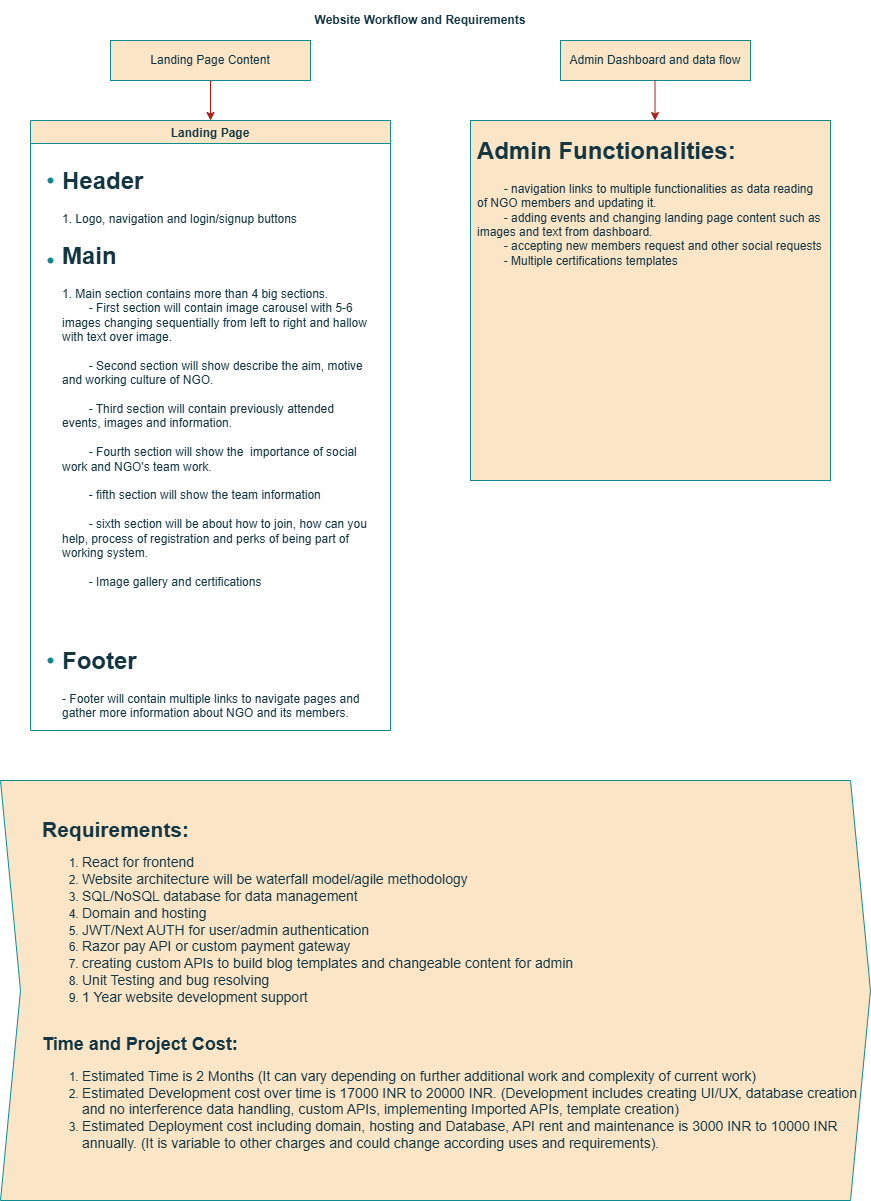
Above: JavaScript/ngo-flowchart.drawio.png in PratikChavan97/All-Projects (draw.io), before the change. Source tidied: cells renumbered, new cells last; positions are measured from the earlier drawing's top-left corner, leaving out a move shared by most shapes.
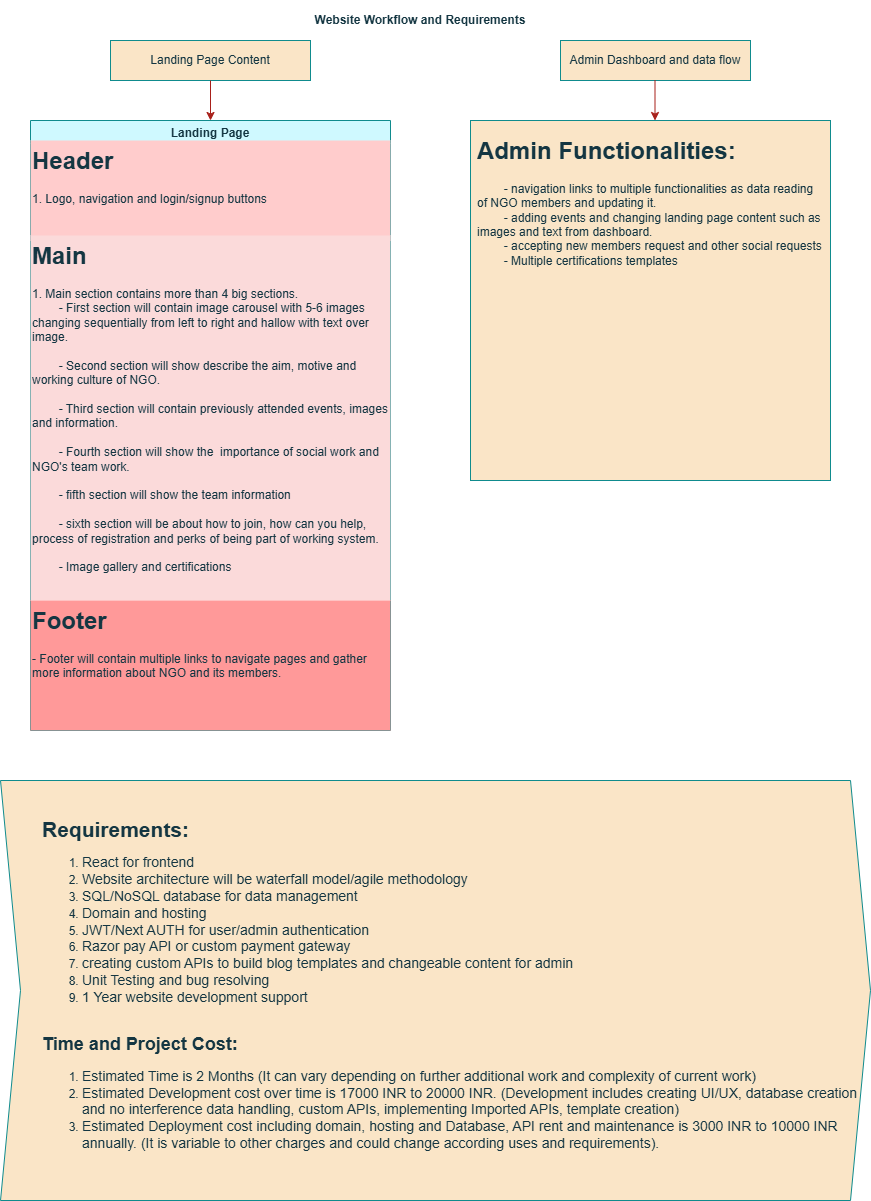
Above is the later version.

Change to the diagram source:
```diff
@@ -11,26 +11,26 @@
     <mxCell id="4" value="Admin Dashboard and data flow" style="rounded=0;whiteSpace=wrap;html=1;labelBackgroundColor=none;fillColor=#FAE5C7;strokeColor=#0F8B8D;fontColor=#143642;" parent="1" vertex="1">
       <mxGeometry x="560" y="40" width="190" height="40" as="geometry" />
     </mxCell>
-    <mxCell id="5" value="Landing Page" style="swimlane;labelBackgroundColor=none;fillColor=#FAE5C7;strokeColor=#0F8B8D;fontColor=#143642;" parent="1" vertex="1">
+    <mxCell id="5" value="Landing Page" style="swimlane;labelBackgroundColor=none;fillColor=#CFF9FF;strokeColor=#0F8B8D;fontColor=#143642;gradientColor=none;swimlaneFillColor=none;fillStyle=solid;" parent="1" vertex="1">
       <mxGeometry x="30" y="120" width="360" height="610" as="geometry" />
     </mxCell>
     <mxCell id="6" style="shape=waypoint;sketch=0;size=6;fillColor=none;perimeter=centerPerimeter;labelBackgroundColor=none;strokeColor=#0F8B8D;fontColor=#143642;" parent="5" vertex="1">
       <mxGeometry x="10" y="50" width="20" height="20" as="geometry" />
     </mxCell>
-    <mxCell id="7" value="&lt;h1 style=&quot;margin-top: 0px;&quot;&gt;Header&lt;/h1&gt;&lt;div&gt;1. Logo, navigation and login/signup buttons&lt;/div&gt;" style="text;html=1;whiteSpace=wrap;overflow=hidden;rounded=0;labelBackgroundColor=none;fontColor=#143642;" parent="5" vertex="1">
-      <mxGeometry x="30" y="40" width="310" height="80" as="geometry" />
+    <mxCell id="7" value="&lt;h1 style=&quot;margin-top: 0px;&quot;&gt;Header&lt;/h1&gt;&lt;div&gt;1. Logo, navigation and login/signup buttons&lt;/div&gt;" style="text;html=1;whiteSpace=wrap;overflow=hidden;rounded=0;labelBackgroundColor=none;fontColor=#143642;fillColor=light-dark(#FFCCCC,#EDEDED);" parent="5" vertex="1">
+      <mxGeometry y="20" width="360" height="100" as="geometry" />
     </mxCell>
     <mxCell id="8" style="shape=waypoint;sketch=0;size=6;fillColor=none;perimeter=centerPerimeter;labelBackgroundColor=none;strokeColor=#0F8B8D;fontColor=#143642;" parent="5" vertex="1">
       <mxGeometry x="10" y="130" width="20" height="20" as="geometry" />
     </mxCell>
-    <mxCell id="9" value="&lt;h1 style=&quot;margin-top: 0px;&quot;&gt;Main&lt;/h1&gt;&lt;div&gt;1. Main section contains more than 4 big sections.&lt;/div&gt;&lt;div&gt;&lt;span style=&quot;white-space: pre;&quot;&gt;&#9;&lt;/span&gt;- First section will contain image carousel with 5-6 images changing sequentially from left to right and hallow with text over image.&lt;br&gt;&lt;/div&gt;&lt;div&gt;&lt;br&gt;&lt;/div&gt;&lt;div&gt;&lt;span style=&quot;white-space: pre;&quot;&gt;&#9;&lt;/span&gt;- Second section will show describe the aim, motive and working culture of NGO.&lt;br&gt;&lt;/div&gt;&lt;div&gt;&lt;br&gt;&lt;/div&gt;&lt;div&gt;&lt;span style=&quot;white-space: pre;&quot;&gt;&#9;&lt;/span&gt;- Third section will contain previously attended events, images and information.&lt;br&gt;&lt;/div&gt;&lt;div&gt;&lt;br&gt;&lt;/div&gt;&lt;div&gt;&lt;span style=&quot;white-space: pre;&quot;&gt;&#9;&lt;/span&gt;- Fourth section will show the&amp;nbsp; importance of social work and NGO's team work.&lt;br&gt;&lt;/div&gt;&lt;div&gt;&lt;br&gt;&lt;/div&gt;&lt;div&gt;&lt;span style=&quot;white-space: pre;&quot;&gt;&#9;&lt;/span&gt;- fifth section will show the team information&lt;br&gt;&lt;/div&gt;&lt;div&gt;&lt;br&gt;&lt;/div&gt;&lt;div&gt;&lt;span style=&quot;white-space: pre;&quot;&gt;&#9;&lt;/span&gt;- sixth section will be about how to join, how can you help, process of registration and perks of being part of working system.&lt;br&gt;&lt;/div&gt;&lt;div&gt;&lt;br&gt;&lt;/div&gt;&lt;div&gt;&lt;span style=&quot;white-space: pre;&quot;&gt;&#9;&lt;/span&gt;- Image gallery and certifications&lt;br&gt;&lt;/div&gt;&lt;div&gt;&lt;br&gt;&lt;/div&gt;" style="text;html=1;whiteSpace=wrap;overflow=hidden;rounded=0;labelBackgroundColor=none;fontColor=#143642;" parent="5" vertex="1">
-      <mxGeometry x="30" y="115" width="310" height="365" as="geometry" />
+    <mxCell id="9" value="&lt;h1 style=&quot;margin-top: 0px;&quot;&gt;Main&lt;/h1&gt;&lt;div&gt;1. Main section contains more than 4 big sections.&lt;/div&gt;&lt;div&gt;&lt;span style=&quot;white-space: pre;&quot;&gt;&#9;&lt;/span&gt;- First section will contain image carousel with 5-6 images changing sequentially from left to right and hallow with text over image.&lt;br&gt;&lt;/div&gt;&lt;div&gt;&lt;br&gt;&lt;/div&gt;&lt;div&gt;&lt;span style=&quot;white-space: pre;&quot;&gt;&#9;&lt;/span&gt;- Second section will show describe the aim, motive and working culture of NGO.&lt;br&gt;&lt;/div&gt;&lt;div&gt;&lt;br&gt;&lt;/div&gt;&lt;div&gt;&lt;span style=&quot;white-space: pre;&quot;&gt;&#9;&lt;/span&gt;- Third section will contain previously attended events, images and information.&lt;br&gt;&lt;/div&gt;&lt;div&gt;&lt;br&gt;&lt;/div&gt;&lt;div&gt;&lt;span style=&quot;white-space: pre;&quot;&gt;&#9;&lt;/span&gt;- Fourth section will show the&amp;nbsp; importance of social work and NGO's team work.&lt;br&gt;&lt;/div&gt;&lt;div&gt;&lt;br&gt;&lt;/div&gt;&lt;div&gt;&lt;span style=&quot;white-space: pre;&quot;&gt;&#9;&lt;/span&gt;- fifth section will show the team information&lt;br&gt;&lt;/div&gt;&lt;div&gt;&lt;br&gt;&lt;/div&gt;&lt;div&gt;&lt;span style=&quot;white-space: pre;&quot;&gt;&#9;&lt;/span&gt;- sixth section will be about how to join, how can you help, process of registration and perks of being part of working system.&lt;br&gt;&lt;/div&gt;&lt;div&gt;&lt;br&gt;&lt;/div&gt;&lt;div&gt;&lt;span style=&quot;white-space: pre;&quot;&gt;&#9;&lt;/span&gt;- Image gallery and certifications&lt;br&gt;&lt;/div&gt;&lt;div&gt;&lt;br&gt;&lt;/div&gt;" style="text;html=1;whiteSpace=wrap;overflow=hidden;rounded=0;labelBackgroundColor=none;fontColor=#143642;fillColor=light-dark(#fbdada, #ededed);" parent="5" vertex="1">
+      <mxGeometry y="115" width="360" height="365" as="geometry" />
     </mxCell>
     <mxCell id="10" style="shape=waypoint;sketch=0;size=6;fillColor=none;perimeter=centerPerimeter;labelBackgroundColor=none;strokeColor=#0F8B8D;fontColor=#143642;" parent="5" vertex="1">
       <mxGeometry x="10" y="530" width="20" height="20" as="geometry" />
     </mxCell>
-    <mxCell id="11" value="&lt;h1 style=&quot;margin-top: 0px;&quot;&gt;Footer&lt;/h1&gt;&lt;div&gt;- Footer will contain multiple links to navigate pages and gather more information about NGO and its members.&lt;/div&gt;" style="text;html=1;whiteSpace=wrap;overflow=hidden;rounded=0;labelBackgroundColor=none;fontColor=#143642;" parent="5" vertex="1">
-      <mxGeometry x="30" y="520" width="310" height="80" as="geometry" />
+    <mxCell id="11" value="&lt;h1 style=&quot;margin-top: 0px;&quot;&gt;Footer&lt;/h1&gt;&lt;div&gt;- Footer will contain multiple links to navigate pages and gather more information about NGO and its members.&lt;/div&gt;" style="text;html=1;whiteSpace=wrap;overflow=hidden;rounded=0;labelBackgroundColor=none;fontColor=#143642;fillColor=#FF9999;" parent="5" vertex="1">
+      <mxGeometry y="480" width="360" height="130" as="geometry" />
     </mxCell>
     <mxCell id="12" style="endArrow=classic;html=1;rounded=0;entryX=0.5;entryY=0;entryDx=0;entryDy=0;labelBackgroundColor=none;strokeColor=#A8201A;fontColor=default;" parent="1" edge="1" target="5">
       <mxGeometry relative="1" as="geometry">
```
